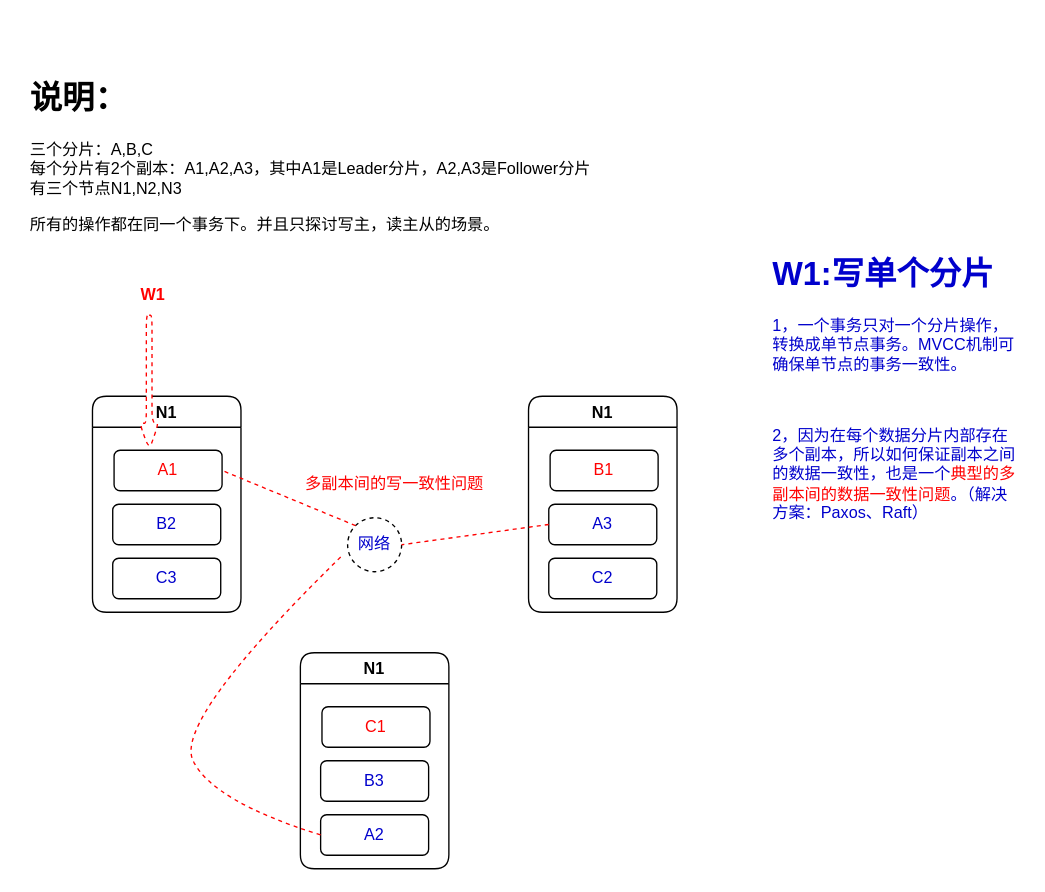
The draw.io diagram page "第 1 页" (1 of 4) of 一致性问题.drawio in duosheng/draw-house, before the edit. Source tidied: cells renumbered, new cells numbered last; positions are measured from the earlier drawing's top-left corner, leaving out a move shared by most shapes. Both pictures are drawn from the tidied source at 135%, with x=0, y=0 at pixel (23, 72).
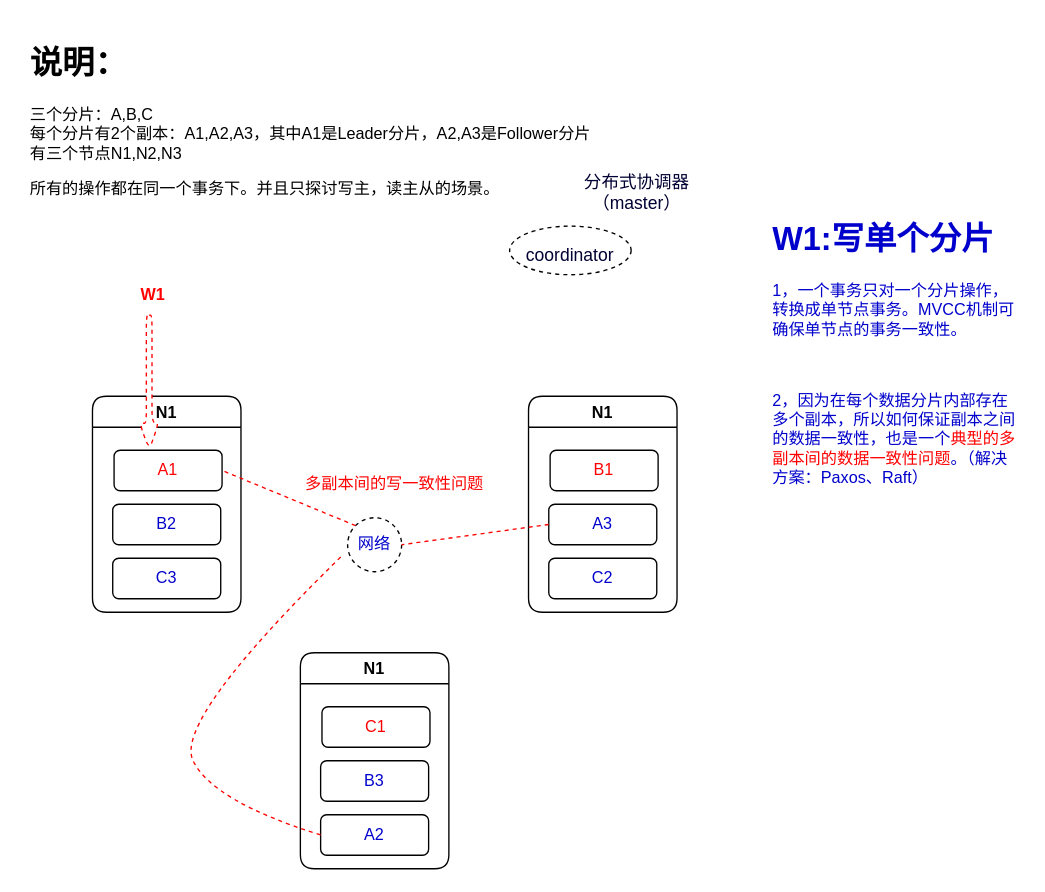
The same page after the edit.

Commit message:
更新一致性问题.drawio

The edit, as a diff of the source:
```diff
@@
     <mxCell id="2" value="&lt;h1&gt;说明：&lt;/h1&gt;&lt;p&gt;三个分片：A,B,C&lt;br&gt;每个分片有2个副本：A1,A2,A3，其中A1是Leader分片，A2,A3是Follower分片&lt;br&gt;有三个节点N1,N2,N3&lt;/p&gt;&lt;p&gt;所有的操作都在同一个事务下。并且只探讨写主，读主从的场景。&lt;/p&gt;" style="text;html=1;strokeColor=none;fillColor=none;spacing=5;spacingTop=-20;whiteSpace=wrap;overflow=hidden;rounded=0;" parent="1" vertex="1">
-      <mxGeometry width="520" height="120" as="geometry" />
+      <mxGeometry y="-26" width="520" height="120" as="geometry" />
     </mxCell>
@@
     <mxCell id="20" value="&lt;h1&gt;W1:写单个分片&lt;/h1&gt;&lt;p&gt;1，一个事务只对一个分片操作，转换成单节点事务。MVCC机制可确保单节点的事务一致性。&lt;/p&gt;&lt;p&gt;&lt;br&gt;&lt;/p&gt;2，因为在每个数据分片内部存在多个副本，所以如何保证副本之间的数据一致性，也是一个&lt;font color=&quot;#ff0000&quot;&gt;典型的多副本间的数据一致性问题&lt;/font&gt;。（解决方案：Paxos、Raft）" style="text;html=1;strokeColor=none;fillColor=none;spacing=5;spacingTop=-20;whiteSpace=wrap;overflow=hidden;rounded=0;dashed=1;fontColor=#0000CC;" parent="1" vertex="1">
-      <mxGeometry x="550" y="130" width="190" height="260" as="geometry" />
+      <mxGeometry x="550" y="104" width="190" height="260" as="geometry" />
     </mxCell>
@@
+    <mxCell id="23" value="&lt;font color=&quot;#000033&quot; style=&quot;font-size: 13px&quot;&gt;coordinator&lt;/font&gt;" style="ellipse;whiteSpace=wrap;html=1;fontSize=24;fontColor=#0000CC;dashed=1;" parent="1" vertex="1">
+      <mxGeometry x="360" y="114" width="90" height="36" as="geometry" />
+    </mxCell>
+    <mxCell id="24" value="分布式协调器（master）" style="text;html=1;strokeColor=none;fillColor=none;align=center;verticalAlign=middle;whiteSpace=wrap;rounded=0;dashed=1;fontSize=13;fontColor=#000033;" parent="1" vertex="1">
+      <mxGeometry x="399" y="74" width="111" height="30" as="geometry" />
+    </mxCell>
```
